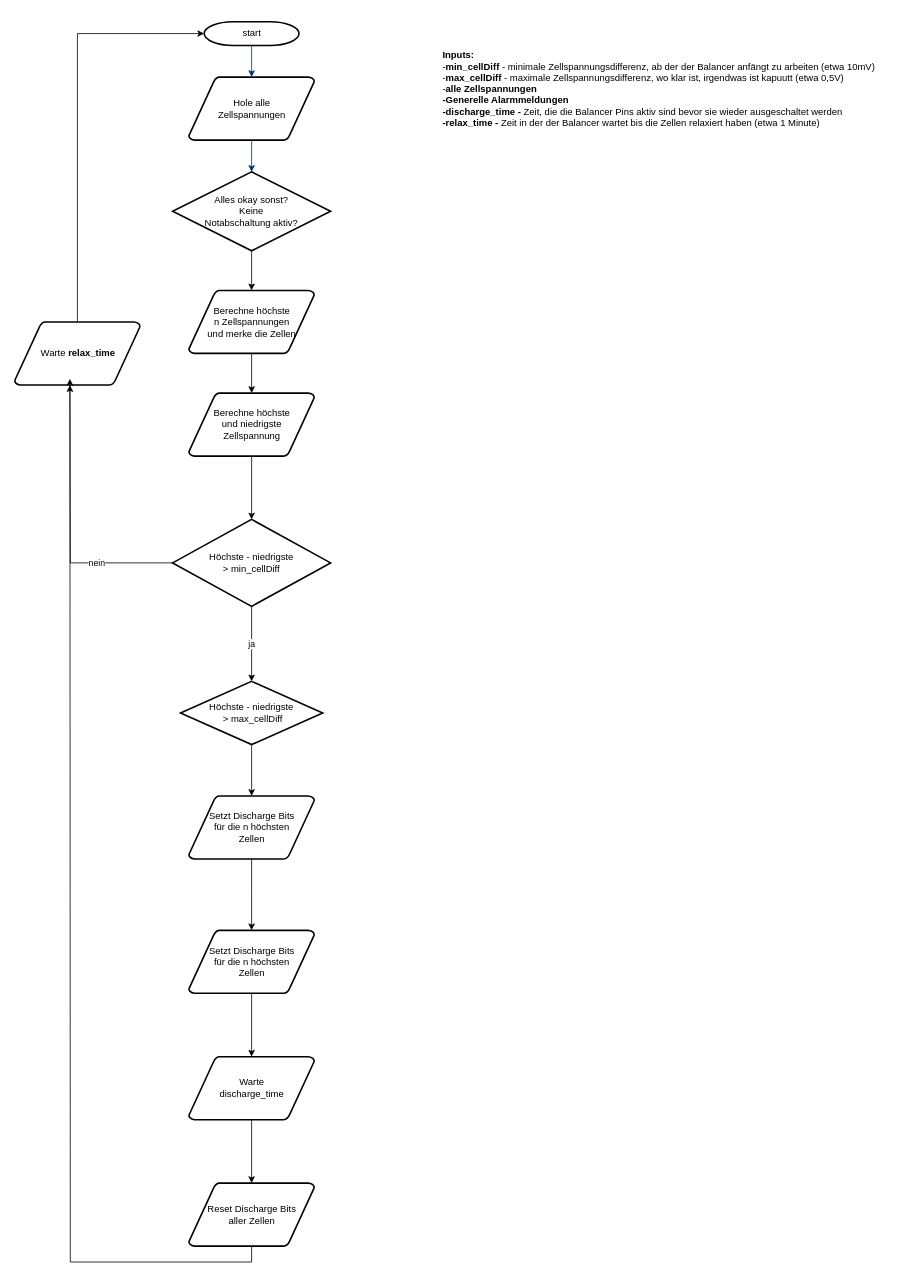
Earlier version of the draw.io diagram Balancer Flowchart.drawio (SunshadeCorp/EasyBMS-master). Source tidied: cells renumbered, new cells numbered last; positions are measured from the earlier drawing's top-left corner, leaving out a move shared by most shapes. Both pictures are drawn from the tidied source at 79%, with x=0, y=0 at pixel (14, 13).
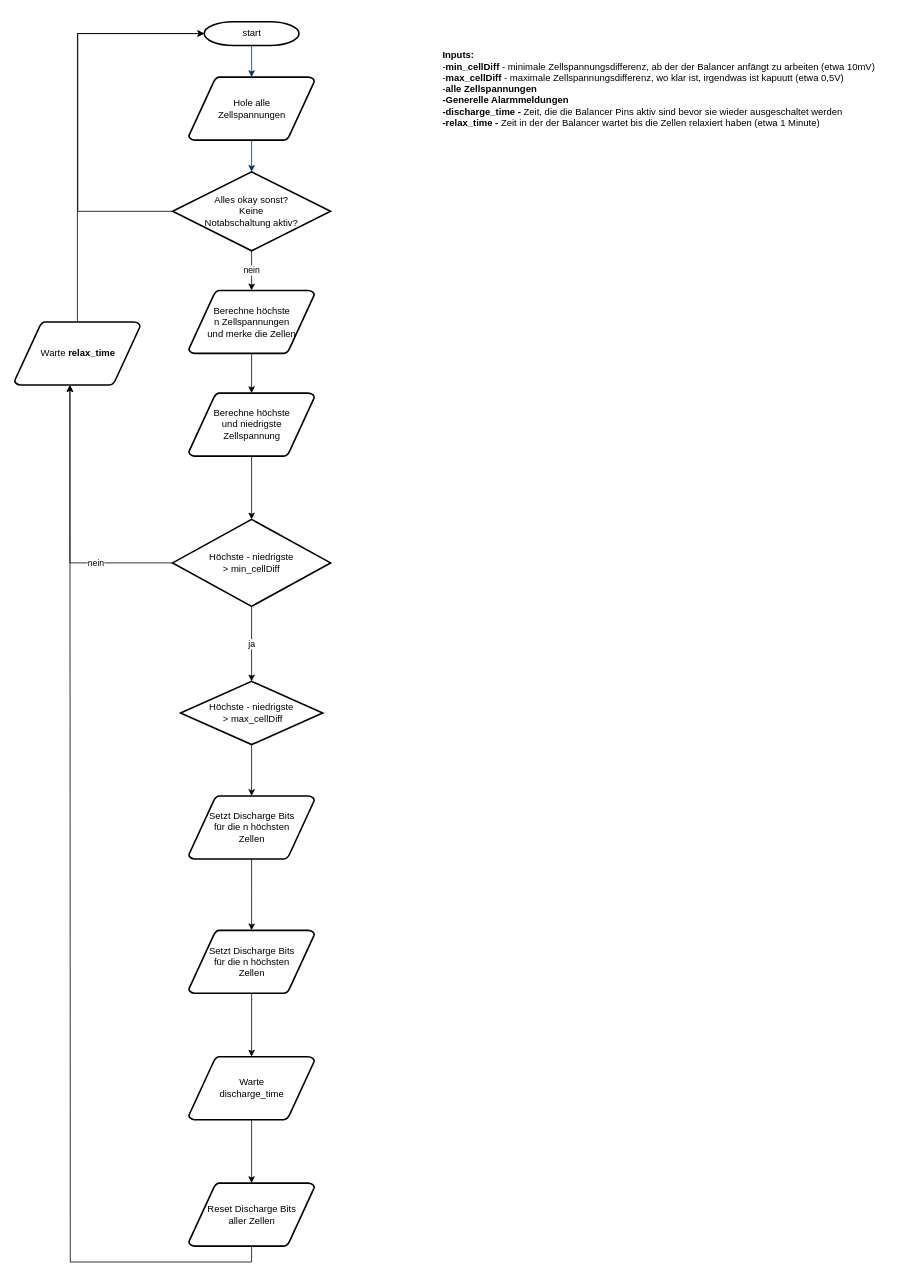
The same diagram, later.

The change refers to these unchanged cells:
```xml
<mxCell id="2" value="start" style="shape=mxgraph.flowchart.terminator;strokeWidth=2;gradientColor=none;gradientDirection=north;fontStyle=0;html=1;" parent="1" vertex="1">
  <mxGeometry x="240" y="10" width="120" height="30" as="geometry" />
</mxCell>
<mxCell id="7" value="Alles okay sonst?&lt;br&gt;&lt;div&gt;Keine &lt;br&gt;&lt;/div&gt;&lt;div&gt;Notabschaltung aktiv?&lt;/div&gt;" style="strokeWidth=2;html=1;shape=mxgraph.flowchart.decision;whiteSpace=wrap;" parent="1" vertex="1">
  <mxGeometry x="200" y="200" width="200" height="100" as="geometry" />
</mxCell>
<mxCell id="9" value="&lt;div&gt;Berechne höchste&lt;/div&gt;&lt;div&gt; n Zellspannungen&lt;/div&gt;&lt;div&gt;und merke die Zellen&lt;br&gt;&lt;/div&gt;" style="shape=mxgraph.flowchart.data;strokeWidth=2;gradientColor=none;gradientDirection=north;fontStyle=0;html=1;" parent="1" vertex="1">
  <mxGeometry x="220.5" y="350" width="159" height="80" as="geometry" />
</mxCell>
<mxCell id="16" value="&lt;div&gt;Höchste - niedrigste&lt;/div&gt;&lt;div&gt; &amp;gt; min_cellDiff &lt;/div&gt;" style="rhombus;whiteSpace=wrap;html=1;fontStyle=0;strokeWidth=2;gradientDirection=north;" parent="1" vertex="1">
  <mxGeometry x="200" y="640" width="200" height="110" as="geometry" />
</mxCell>
<mxCell id="29" value="&lt;div&gt;Reset Discharge Bits&lt;/div&gt;&lt;div&gt;aller Zellen&lt;br&gt;&lt;/div&gt;" style="shape=mxgraph.flowchart.data;strokeWidth=2;gradientColor=none;gradientDirection=north;fontStyle=0;html=1;" parent="1" vertex="1">
  <mxGeometry x="220.5" y="1480" width="159" height="80" as="geometry" />
</mxCell>
```

Change to the diagram source:
```diff
@@
-    <mxCell id="6" style="edgeStyle=orthogonalEdgeStyle;rounded=0;jettySize=auto;html=1;" parent="1" edge="1" source="7" target="9">
+    <mxCell id="6" value="nein" style="edgeStyle=orthogonalEdgeStyle;rounded=0;jettySize=auto;html=1;" parent="1" edge="1" source="7" target="9">
       <mxGeometry relative="1" as="geometry" />
     </mxCell>
+    <mxCell id="30" style="edgeStyle=orthogonalEdgeStyle;rounded=0;jettySize=auto;html=1;exitX=0;exitY=0.5;exitDx=0;exitDy=0;exitPerimeter=0;entryX=0;entryY=0.5;entryDx=0;entryDy=0;entryPerimeter=0;" parent="1" edge="1" source="7" target="2">
+      <mxGeometry relative="1" as="geometry">
+        <Array as="points">
+          <mxPoint x="80" y="250" />
+          <mxPoint x="80" y="25" />
+        </Array>
+      </mxGeometry>
+    </mxCell>
@@
     <mxCell id="12" style="edgeStyle=orthogonalEdgeStyle;rounded=0;jettySize=auto;html=1;exitX=0;exitY=0.5;exitDx=0;exitDy=0;" parent="1" edge="1" source="16">
       <mxGeometry relative="1" as="geometry">
         <mxPoint x="70" y="470" as="targetPoint" />
+        <Array as="points">
+          <mxPoint x="70" y="695" />
+        </Array>
       </mxGeometry>
     </mxCell>
@@
     <mxCell id="28" style="edgeStyle=orthogonalEdgeStyle;rounded=0;jettySize=auto;html=1;exitX=0.5;exitY=1;exitDx=0;exitDy=0;exitPerimeter=0;" parent="1" edge="1" source="29">
       <mxGeometry relative="1" as="geometry">
-        <mxPoint x="70" y="462" as="targetPoint" />
+        <mxPoint x="70" y="470" as="targetPoint" />
       </mxGeometry>
     </mxCell>
```
